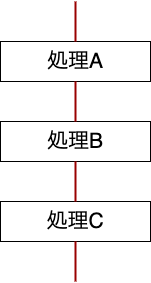
This is fig/順次構造.png from jkushida/prog2, a draw.io export, as it was before one commit. Source tidied: cells renumbered, new cells last; positions are measured from the earlier drawing's top-left corner, leaving out a move shared by most shapes. Its diagram source:
```xml
<mxGraphModel>
  <root>
    <mxCell id="0" />
    <mxCell id="1" parent="0" />
    <mxCell id="2" value="処理A" style="rounded=0;whiteSpace=wrap;html=1;fontSize=21;" parent="1" vertex="1">
      <mxGeometry y="40" width="150" height="40" as="geometry" />
    </mxCell>
    <mxCell id="3" value="処理B" style="rounded=0;whiteSpace=wrap;html=1;fontSize=21;" parent="1" vertex="1">
      <mxGeometry y="120" width="150" height="40" as="geometry" />
    </mxCell>
    <mxCell id="4" value="処理C" style="rounded=0;whiteSpace=wrap;html=1;fontSize=21;" parent="1" vertex="1">
      <mxGeometry y="200" width="150" height="40" as="geometry" />
    </mxCell>
    <mxCell id="5" style="endArrow=none;html=1;fontSize=21;strokeColor=#990000;strokeWidth=2;entryX=0.5;entryY=0;entryDx=0;entryDy=0;" parent="1" edge="1" target="2">
      <mxGeometry relative="1" as="geometry">
        <mxPoint x="75" as="sourcePoint" />
      </mxGeometry>
    </mxCell>
    <mxCell id="6" style="endArrow=none;html=1;fontSize=21;strokeColor=#990000;strokeWidth=2;entryX=0.5;entryY=0;entryDx=0;entryDy=0;exitX=0.5;exitY=1;exitDx=0;exitDy=0;" parent="1" edge="1" source="2" target="3">
      <mxGeometry relative="1" as="geometry" />
    </mxCell>
    <mxCell id="7" style="endArrow=none;html=1;fontSize=21;strokeColor=#990000;strokeWidth=2;entryX=0.5;entryY=0;entryDx=0;entryDy=0;exitX=0.5;exitY=1;exitDx=0;exitDy=0;" parent="1" edge="1" source="3" target="4">
      <mxGeometry relative="1" as="geometry" />
    </mxCell>
    <mxCell id="8" style="endArrow=none;html=1;fontSize=21;strokeColor=#990000;strokeWidth=2;exitX=0.5;exitY=1;exitDx=0;exitDy=0;" parent="1" edge="1" source="4">
      <mxGeometry relative="1" as="geometry">
        <mxPoint x="75" y="280" as="targetPoint" />
      </mxGeometry>
    </mxCell>
  </root>
</mxGraphModel>
```
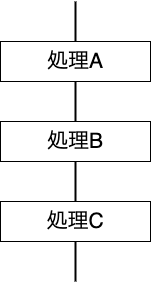
After the commit.

The edit, as a diff of the source:
```diff
@@ -11,18 +11,18 @@
     <mxCell id="4" value="処理C" style="rounded=0;whiteSpace=wrap;html=1;fontSize=21;" parent="1" vertex="1">
       <mxGeometry y="200" width="150" height="40" as="geometry" />
     </mxCell>
-    <mxCell id="5" style="endArrow=none;html=1;fontSize=21;strokeColor=#990000;strokeWidth=2;entryX=0.5;entryY=0;entryDx=0;entryDy=0;" parent="1" edge="1" target="2">
+    <mxCell id="5" style="endArrow=none;html=1;fontSize=21;strokeWidth=2;entryX=0.5;entryY=0;entryDx=0;entryDy=0;" parent="1" edge="1" target="2">
       <mxGeometry relative="1" as="geometry">
         <mxPoint x="75" as="sourcePoint" />
       </mxGeometry>
     </mxCell>
-    <mxCell id="6" style="endArrow=none;html=1;fontSize=21;strokeColor=#990000;strokeWidth=2;entryX=0.5;entryY=0;entryDx=0;entryDy=0;exitX=0.5;exitY=1;exitDx=0;exitDy=0;" parent="1" edge="1" source="2" target="3">
+    <mxCell id="6" style="endArrow=none;html=1;fontSize=21;strokeWidth=2;entryX=0.5;entryY=0;entryDx=0;entryDy=0;exitX=0.5;exitY=1;exitDx=0;exitDy=0;" parent="1" edge="1" source="2" target="3">
       <mxGeometry relative="1" as="geometry" />
     </mxCell>
-    <mxCell id="7" style="endArrow=none;html=1;fontSize=21;strokeColor=#990000;strokeWidth=2;entryX=0.5;entryY=0;entryDx=0;entryDy=0;exitX=0.5;exitY=1;exitDx=0;exitDy=0;" parent="1" edge="1" source="3" target="4">
+    <mxCell id="7" style="endArrow=none;html=1;fontSize=21;strokeWidth=2;entryX=0.5;entryY=0;entryDx=0;entryDy=0;exitX=0.5;exitY=1;exitDx=0;exitDy=0;" parent="1" edge="1" source="3" target="4">
       <mxGeometry relative="1" as="geometry" />
     </mxCell>
-    <mxCell id="8" style="endArrow=none;html=1;fontSize=21;strokeColor=#990000;strokeWidth=2;exitX=0.5;exitY=1;exitDx=0;exitDy=0;" parent="1" edge="1" source="4">
+    <mxCell id="8" style="endArrow=none;html=1;fontSize=21;strokeWidth=2;exitX=0.5;exitY=1;exitDx=0;exitDy=0;" parent="1" edge="1" source="4">
       <mxGeometry relative="1" as="geometry">
         <mxPoint x="75" y="280" as="targetPoint" />
       </mxGeometry>
```
